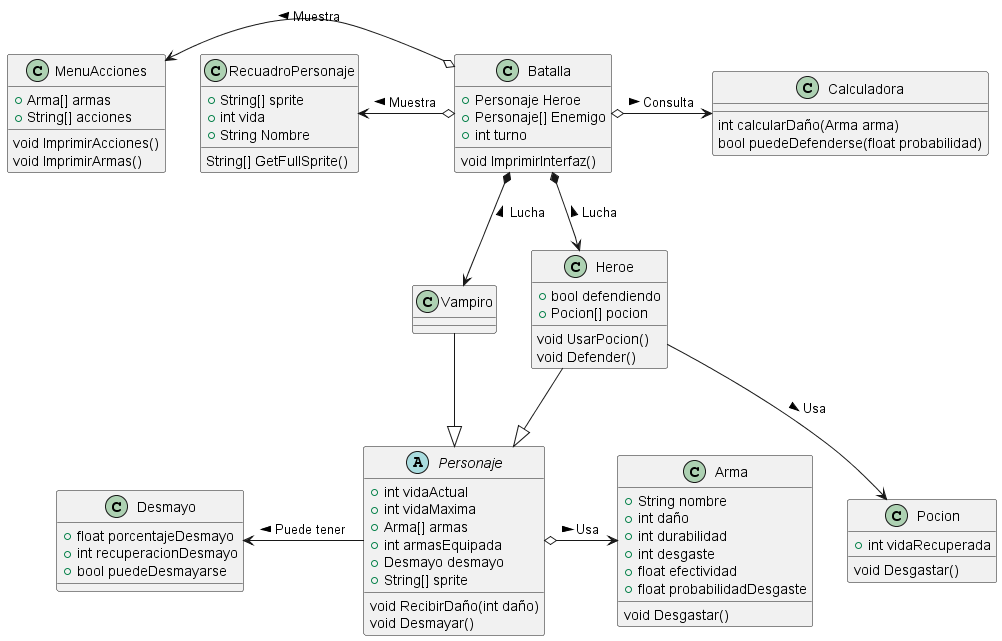
Above: out/Grupo1/MDominio/Clases/Clases.png in mmasias/IdSw2-22-23 (PlantUML), before the change. Source of this version:
```plantuml
@startuml Clases

class Batalla{
    +Personaje Heroe
    +Personaje[] Enemigo
    +int turno

    void ImprimirInterfaz()
}

abstract Personaje{
    +int vidaActual
    +int vidaMaxima
    +Arma[] armas
    +int armasEquipada
    +Desmayo desmayo
    +String[] sprite
    void RecibirDaño(int daño)
    void Desmayar()
}

class Arma {
    +String nombre
    +int daño
    +int durabilidad
    +int desgaste
    +float efectividad
    +float probabilidadDesgaste
    void Desgastar()
}

class Desmayo{
    +float porcentajeDesmayo
    +int recuperacionDesmayo
    +bool puedeDesmayarse
}

class Vampiro{
}

class Heroe{
    +bool defendiendo
    +Pocion[] pocion
    void UsarPocion()
    void Defender()
}

class Pocion{
    +int vidaRecuperada
    void Desgastar()
}

class RecuadroPersonaje {
    +String[] sprite
    +int vida
    +String Nombre
    String[] GetFullSprite()
}

class MenuAcciones {
    +Arma[] armas
    +String[] acciones

    void ImprimirAcciones()
    void ImprimirArmas()

}

class Calculadora {
    int calcularDaño(Arma arma)
    bool puedeDefenderse(float probabilidad)
}

Batalla o-l-> RecuadroPersonaje : Muestra >
Batalla o-l-> MenuAcciones : Muestra >
Batalla o-r-> Calculadora : Consulta >

Personaje <|-u- Heroe
Personaje <|-u- Vampiro

Batalla *-d-> Heroe : Lucha <
Batalla *-d-> Vampiro : Lucha <

Heroe -d-> Pocion : Usa >

Personaje o-r-> Arma : Usa >
Personaje -l-> Desmayo : Puede tener >



@enduml
```
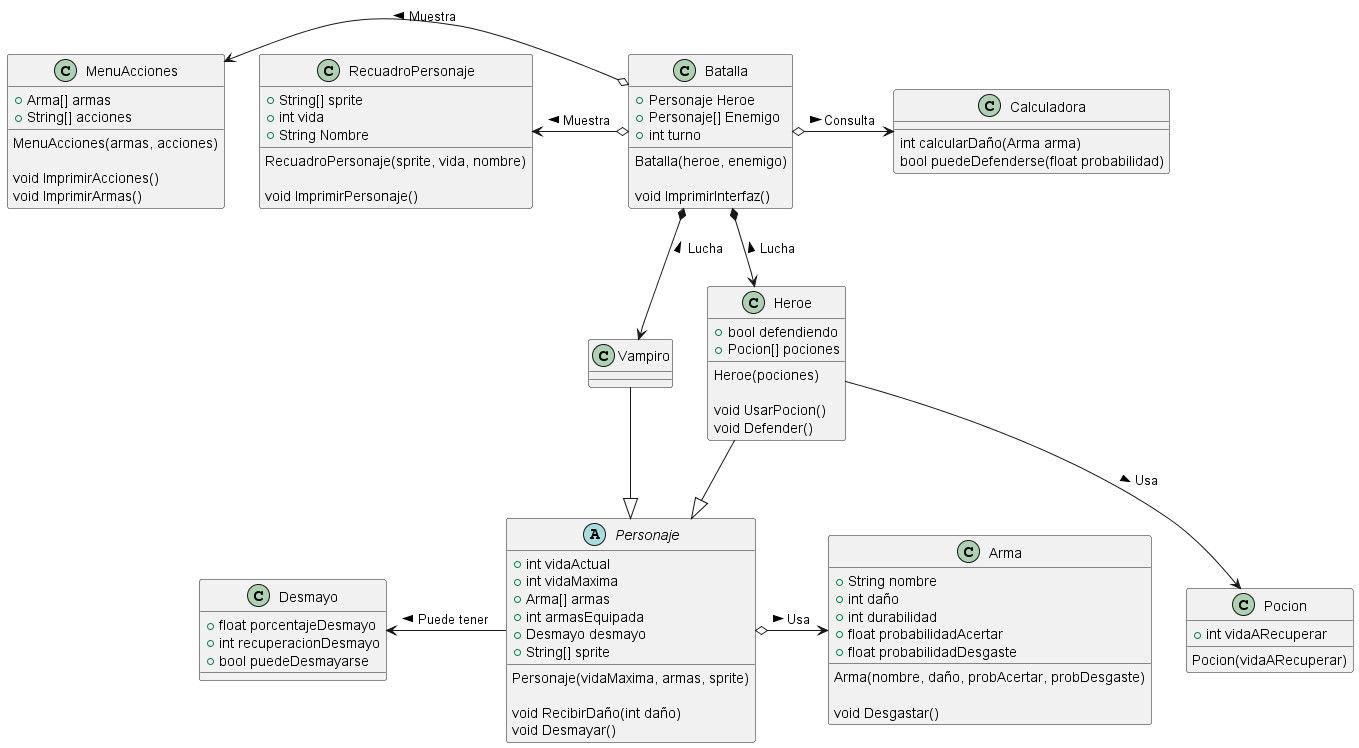
Above is the later version.

Commit message:
Rehecho clases

The edit, as a diff of the source:
```diff
@@ -4,6 +4,8 @@
     +Personaje Heroe
     +Personaje[] Enemigo
     +int turno
+
+    Batalla(heroe, enemigo)
 
     void ImprimirInterfaz()
 }
@@ -15,6 +17,9 @@
     +int armasEquipada
     +Desmayo desmayo
     +String[] sprite
+
+    Personaje(vidaMaxima, armas, sprite)
+
     void RecibirDaño(int daño)
     void Desmayar()
 }
@@ -23,9 +28,11 @@
     +String nombre
     +int daño
     +int durabilidad
-    +int desgaste
-    +float efectividad
+    +float probabilidadAcertar
     +float probabilidadDesgaste
+
+    Arma(nombre, daño, probAcertar, probDesgaste)
+
     void Desgastar()
 }
 
@@ -40,26 +47,35 @@
 
 class Heroe{
     +bool defendiendo
-    +Pocion[] pocion
+    +Pocion[] pociones
+
+    Heroe(pociones)
+
     void UsarPocion()
     void Defender()
 }
 
 class Pocion{
-    +int vidaRecuperada
-    void Desgastar()
+    +int vidaARecuperar
+
+    Pocion(vidaARecuperar)
 }
 
 class RecuadroPersonaje {
     +String[] sprite
     +int vida
     +String Nombre
-    String[] GetFullSprite()
+
+    RecuadroPersonaje(sprite, vida, nombre)
+
+    void ImprimirPersonaje()
 }
 
 class MenuAcciones {
     +Arma[] armas
     +String[] acciones
+
+    MenuAcciones(armas, acciones)
 
     void ImprimirAcciones()
     void ImprimirArmas()
```
